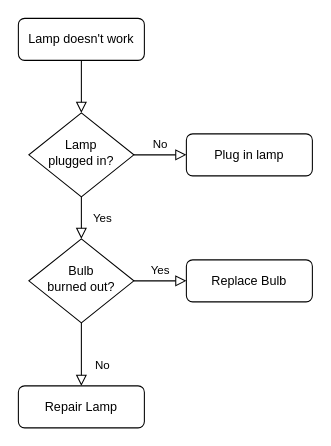
This is Untitled Diagram.drawio from nargizaakunova/cv, a draw.io file, before an edit. Source tidied: cells renumbered, new cells numbered last; positions are measured from the earlier drawing's top-left corner, leaving out a move shared by most shapes. Both pictures are drawn from the tidied source at 105%, with x=0, y=0 at pixel (18, 18).
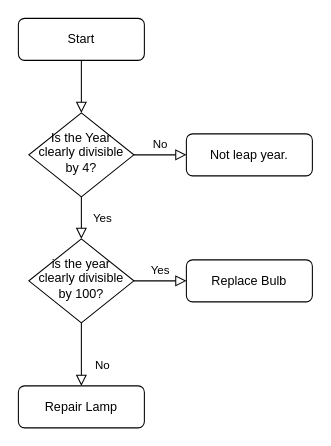
The same page after the edit.

What changed in the source:
```diff
@@
 <mxGraphModel>
   <root>
     <mxCell id="0" />
     <mxCell id="1" parent="0" />
     <mxCell id="2" style="rounded=0;html=1;jettySize=auto;fontSize=11;endArrow=block;endFill=0;endSize=8;strokeWidth=1;shadow=0;labelBackgroundColor=none;edgeStyle=orthogonalEdgeStyle;" parent="1" edge="1" source="3" target="6">
       <mxGeometry relative="1" as="geometry" />
     </mxCell>
-    <mxCell id="3" value="Lamp doesn't work" style="rounded=1;whiteSpace=wrap;html=1;fontSize=12;glass=0;strokeWidth=1;shadow=0;" parent="1" vertex="1">
+    <mxCell id="3" value="Start" style="rounded=1;whiteSpace=wrap;html=1;fontSize=12;glass=0;strokeWidth=1;shadow=0;" parent="1" vertex="1">
       <mxGeometry width="120" height="40" as="geometry" />
     </mxCell>
     <mxCell id="4" value="Yes" style="rounded=0;html=1;jettySize=auto;fontSize=11;endArrow=block;endFill=0;endSize=8;strokeWidth=1;shadow=0;labelBackgroundColor=none;edgeStyle=orthogonalEdgeStyle;" parent="1" edge="1" source="6" target="10">
       <mxGeometry y="20" relative="1" as="geometry" />
     </mxCell>
     <mxCell id="5" value="No" style="edgeStyle=orthogonalEdgeStyle;rounded=0;html=1;jettySize=auto;fontSize=11;endArrow=block;endFill=0;endSize=8;strokeWidth=1;shadow=0;labelBackgroundColor=none;" parent="1" edge="1" source="6" target="7">
       <mxGeometry y="10" relative="1" as="geometry" />
     </mxCell>
-    <mxCell id="6" value="Lamp&lt;br&gt;plugged in?" style="rhombus;whiteSpace=wrap;html=1;shadow=0;fontFamily=Helvetica;fontSize=12;align=center;strokeWidth=1;spacing=6;spacingTop=-4;" parent="1" vertex="1">
+    <mxCell id="6" value="Is the Year clearly divisible by 4?" style="rhombus;whiteSpace=wrap;html=1;shadow=0;fontFamily=Helvetica;fontSize=12;align=center;strokeWidth=1;spacing=6;spacingTop=-4;" parent="1" vertex="1">
       <mxGeometry x="10" y="90" width="100" height="80" as="geometry" />
     </mxCell>
-    <mxCell id="7" value="Plug in lamp" style="rounded=1;whiteSpace=wrap;html=1;fontSize=12;glass=0;strokeWidth=1;shadow=0;" parent="1" vertex="1">
+    <mxCell id="7" value="Not leap year." style="rounded=1;whiteSpace=wrap;html=1;fontSize=12;glass=0;strokeWidth=1;shadow=0;" parent="1" vertex="1">
       <mxGeometry x="160" y="110" width="120" height="40" as="geometry" />
     </mxCell>
     <mxCell id="8" value="No" style="rounded=0;html=1;jettySize=auto;fontSize=11;endArrow=block;endFill=0;endSize=8;strokeWidth=1;shadow=0;labelBackgroundColor=none;edgeStyle=orthogonalEdgeStyle;" parent="1" edge="1" source="10" target="11">
       <mxGeometry x="0.33" y="20" relative="1" as="geometry" />
     </mxCell>
     <mxCell id="9" value="Yes" style="edgeStyle=orthogonalEdgeStyle;rounded=0;html=1;jettySize=auto;fontSize=11;endArrow=block;endFill=0;endSize=8;strokeWidth=1;shadow=0;labelBackgroundColor=none;" parent="1" edge="1" source="10" target="12">
       <mxGeometry y="10" relative="1" as="geometry" />
     </mxCell>
-    <mxCell id="10" value="Bulb&lt;br&gt;burned out?" style="rhombus;whiteSpace=wrap;html=1;shadow=0;fontFamily=Helvetica;fontSize=12;align=center;strokeWidth=1;spacing=6;spacingTop=-4;" parent="1" vertex="1">
+    <mxCell id="10" value="is the year clearly divisible by 100?" style="rhombus;whiteSpace=wrap;html=1;shadow=0;fontFamily=Helvetica;fontSize=12;align=center;strokeWidth=1;spacing=6;spacingTop=-4;" parent="1" vertex="1">
       <mxGeometry x="10" y="210" width="100" height="80" as="geometry" />
     </mxCell>
     <mxCell id="11" value="Repair Lamp" style="rounded=1;whiteSpace=wrap;html=1;fontSize=12;glass=0;strokeWidth=1;shadow=0;" parent="1" vertex="1">
       <mxGeometry y="350" width="120" height="40" as="geometry" />
     </mxCell>
     <mxCell id="12" value="Replace Bulb" style="rounded=1;whiteSpace=wrap;html=1;fontSize=12;glass=0;strokeWidth=1;shadow=0;" parent="1" vertex="1">
       <mxGeometry x="160" y="230" width="120" height="40" as="geometry" />
     </mxCell>
   </root>
 </mxGraphModel>
```
